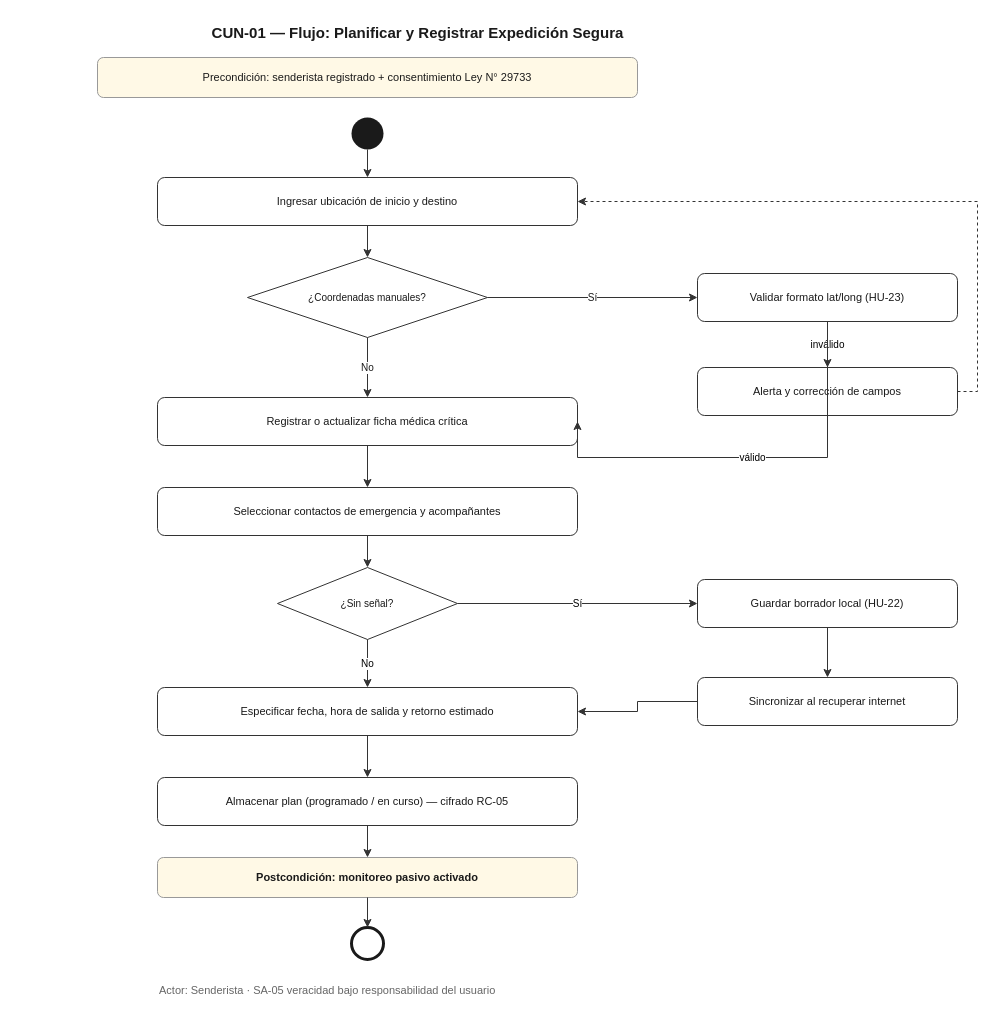
Earlier version of the draw.io diagram docs/uml/01-negocio/02-flujo-CUN-01.drawio (TrekSake/treksafe-app). Source tidied: cells renumbered, new cells numbered last; positions are measured from the earlier drawing's top-left corner, leaving out a move shared by most shapes. Both pictures are drawn from the tidied source at 100%, with x=0, y=0 at pixel (17, 17).
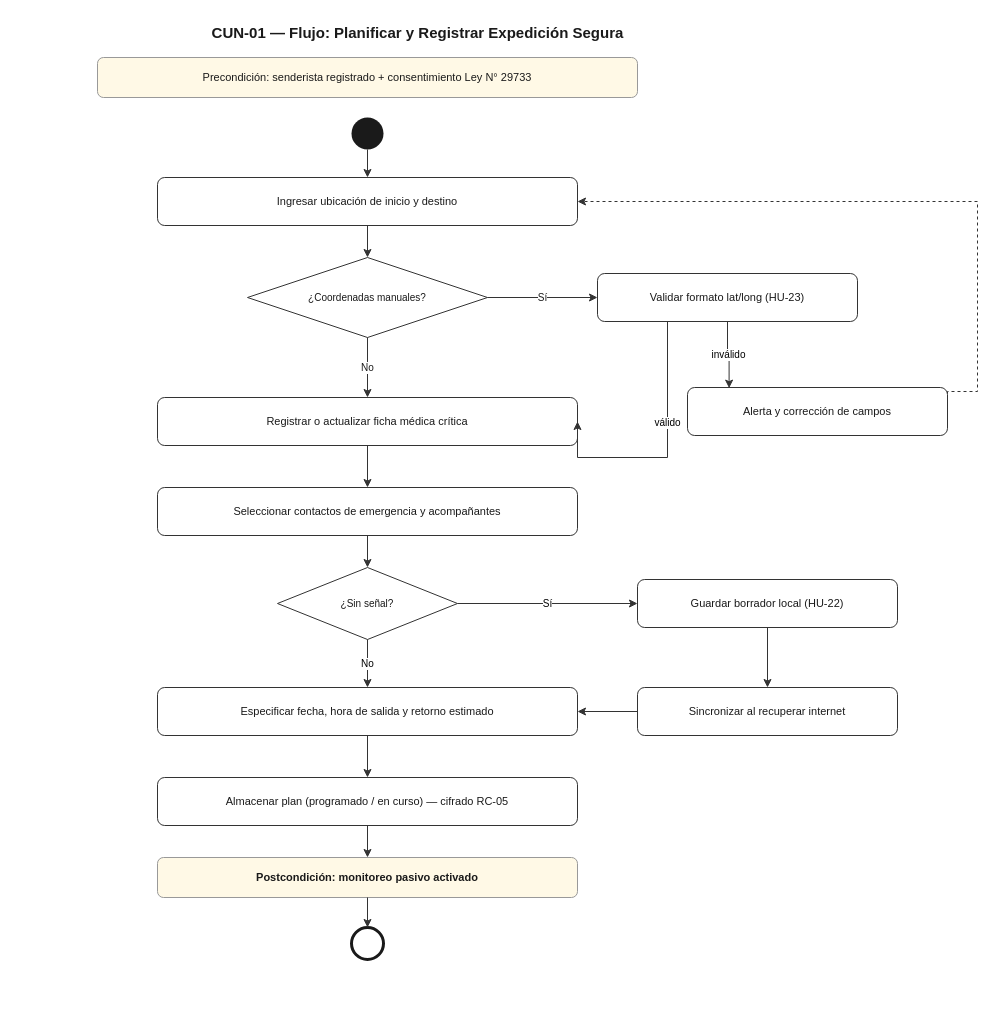
The same diagram, later.

The change refers to these unchanged cells:
```xml
<mxCell id="7" value="Registrar o actualizar ficha médica crítica" style="rounded=1;whiteSpace=wrap;html=1;fillColor=#FFFFFF;strokeColor=#333333;fontColor=#1A1A1A;fontSize=11;" parent="1" vertex="1">
  <mxGeometry x="140" y="380" width="420" height="48" as="geometry" />
</mxCell>
```

Change to the diagram source:
```diff
@@
     <mxCell id="14" value="Validar formato lat/long (HU-23)" style="rounded=1;whiteSpace=wrap;html=1;fillColor=#FFFFFF;strokeColor=#333333;fontColor=#1A1A1A;fontSize=11;" parent="1" vertex="1">
-      <mxGeometry x="680" y="256" width="260" height="48" as="geometry" />
+      <mxGeometry x="580" y="256" width="260" height="48" as="geometry" />
     </mxCell>
     <mxCell id="15" value="Alerta y corrección de campos" style="rounded=1;whiteSpace=wrap;html=1;fillColor=#FFFFFF;strokeColor=#333333;fontColor=#1A1A1A;fontSize=11;" parent="1" vertex="1">
-      <mxGeometry x="680" y="350" width="260" height="48" as="geometry" />
+      <mxGeometry x="670" y="370" width="260" height="48" as="geometry" />
     </mxCell>
     <mxCell id="16" value="Guardar borrador local (HU-22)" style="rounded=1;whiteSpace=wrap;html=1;fillColor=#FFFFFF;strokeColor=#333333;fontColor=#1A1A1A;fontSize=11;" parent="1" vertex="1">
-      <mxGeometry x="680" y="562" width="260" height="48" as="geometry" />
+      <mxGeometry x="620" y="562" width="260" height="48" as="geometry" />
     </mxCell>
     <mxCell id="17" value="Sincronizar al recuperar internet" style="rounded=1;whiteSpace=wrap;html=1;fillColor=#FFFFFF;strokeColor=#333333;fontColor=#1A1A1A;fontSize=11;" parent="1" vertex="1">
-      <mxGeometry x="680" y="660" width="260" height="48" as="geometry" />
+      <mxGeometry x="620" y="670" width="260" height="48" as="geometry" />
     </mxCell>
@@
-    <mxCell id="22" value="inválido" style="edgeStyle=orthogonalEdgeStyle;rounded=0;html=1;strokeColor=#333333;fontSize=10;exitX=0.5;exitY=1;entryX=0.5;entryY=0;" parent="1" edge="1" source="14" target="15">
+    <mxCell id="22" value="inválido" style="edgeStyle=orthogonalEdgeStyle;rounded=0;html=1;strokeColor=#333333;fontSize=10;exitX=0.5;exitY=1;entryX=0.16;entryY=0.013;entryDx=0;entryDy=0;entryPerimeter=0;" parent="1" edge="1" source="14" target="15">
       <mxGeometry relative="1" as="geometry" />
     </mxCell>
     <mxCell id="23" value="válido" style="edgeStyle=orthogonalEdgeStyle;rounded=0;html=1;strokeColor=#333333;fontSize=10;exitX=0.5;exitY=1;entryX=1;entryY=0.5;" parent="1" edge="1" source="14" target="7">
       <mxGeometry relative="1" as="geometry">
         <Array as="points">
-          <mxPoint x="810" y="440" />
+          <mxPoint x="650" y="304" />
+          <mxPoint x="650" y="440" />
           <mxPoint x="560" y="440" />
         </Array>
       </mxGeometry>
     </mxCell>
@@
-    <mxCell id="34" value="Actor: Senderista · SA-05 veracidad bajo responsabilidad del usuario" style="text;html=1;fontColor=#666666;fontSize=11;" parent="1" vertex="1">
-      <mxGeometry x="140" y="960" width="480" height="24" as="geometry" />
-    </mxCell>
```
